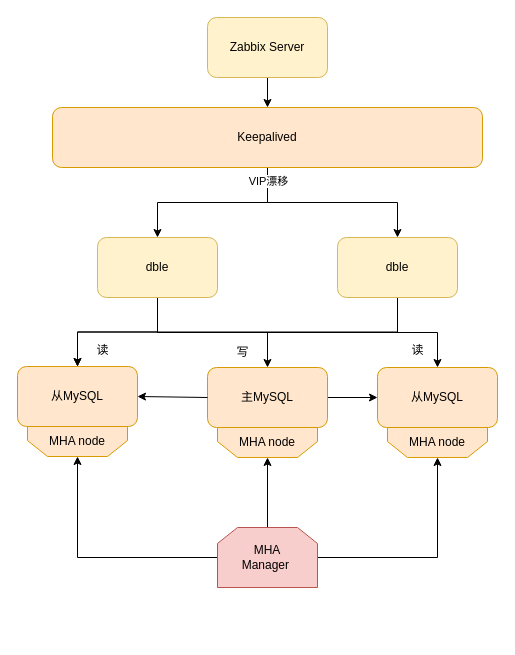
Above: Zabbix数据库高可用.drawio in AYO-Al/draw (draw.io), before the change. Source tidied: cells renumbered, new cells numbered last; positions are measured from the earlier drawing's top-left corner, leaving out a move shared by most shapes. Both pictures are drawn from the tidied source at 100%, with x=0, y=0 at pixel (17, 17).
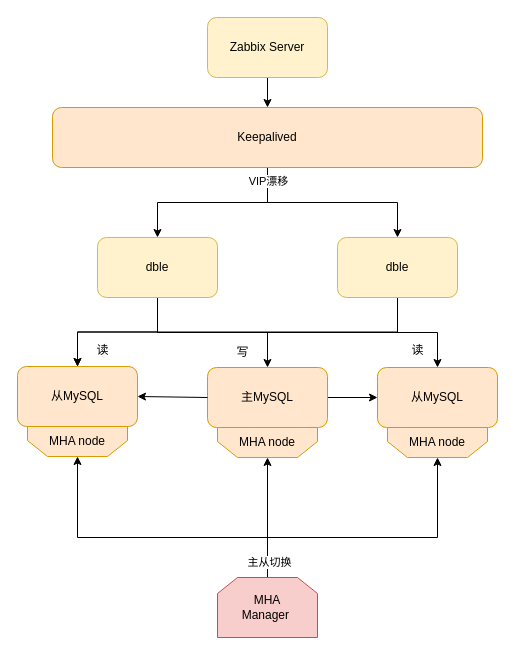
The same page after the edit.

Commit message:
更新Zabbix数据库高可用.drawio

The change refers to these unchanged cells:
```xml
<mxCell id="12" value="MHA node" style="shape=loopLimit;whiteSpace=wrap;html=1;direction=west;strokeColor=#d79b00;shadow=0;fillColor=#ffe6cc;" parent="1" vertex="1">
  <mxGeometry x="10" y="409" width="100" height="30" as="geometry" />
</mxCell>
<mxCell id="14" value="MHA node" style="shape=loopLimit;whiteSpace=wrap;html=1;direction=west;fillColor=#ffe6cc;strokeColor=#d79b00;" parent="1" vertex="1">
  <mxGeometry x="370" y="410" width="100" height="30" as="geometry" />
</mxCell>
```

Diff of the diagram source:
```diff
@@
     <mxCell id="16" style="edgeStyle=orthogonalEdgeStyle;rounded=0;jettySize=auto;html=1;entryX=0.5;entryY=0;entryDx=0;entryDy=0;" parent="1" edge="1" source="19" target="12">
-      <mxGeometry relative="1" as="geometry" />
+      <mxGeometry relative="1" as="geometry">
+        <Array as="points">
+          <mxPoint x="250" y="520" />
+          <mxPoint x="60" y="520" />
+        </Array>
+      </mxGeometry>
     </mxCell>
@@
     <mxCell id="18" style="edgeStyle=orthogonalEdgeStyle;rounded=0;jettySize=auto;html=1;entryX=0.5;entryY=0;entryDx=0;entryDy=0;" parent="1" edge="1" source="19" target="14">
-      <mxGeometry relative="1" as="geometry" />
+      <mxGeometry relative="1" as="geometry">
+        <Array as="points">
+          <mxPoint x="250" y="520" />
+          <mxPoint x="420" y="520" />
+        </Array>
+      </mxGeometry>
     </mxCell>
+    <mxCell id="30" value="主从切换" style="edgeLabel;html=1;align=center;verticalAlign=middle;" parent="18" vertex="1">
+      <mxGeometry x="-0.89" y="-1" relative="1" as="geometry" />
+    </mxCell>
     <mxCell id="19" value="MHA&lt;br&gt;Manager&amp;nbsp;" style="shape=loopLimit;whiteSpace=wrap;html=1;direction=east;fillColor=#f8cecc;strokeColor=#b85450;" parent="1" vertex="1">
-      <mxGeometry x="200" y="510" width="100" height="60" as="geometry" />
+      <mxGeometry x="200" y="560" width="100" height="60" as="geometry" />
     </mxCell>
```
